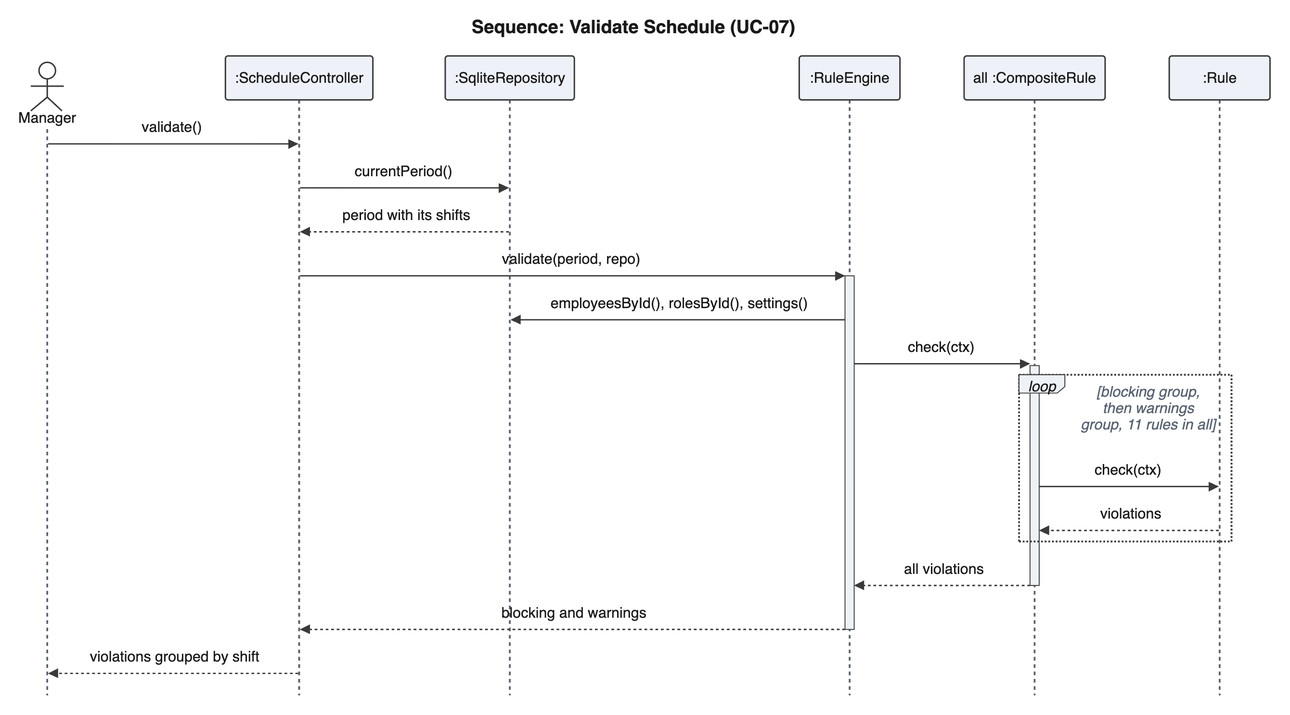
Before: diagrams/images/interactions/sd_validate.png, a diagram exported from Mermaid (perfettiful/ShiftChex). Its source is kept beside it as diagrams/mmd/interactions/sd_validate.mmd.
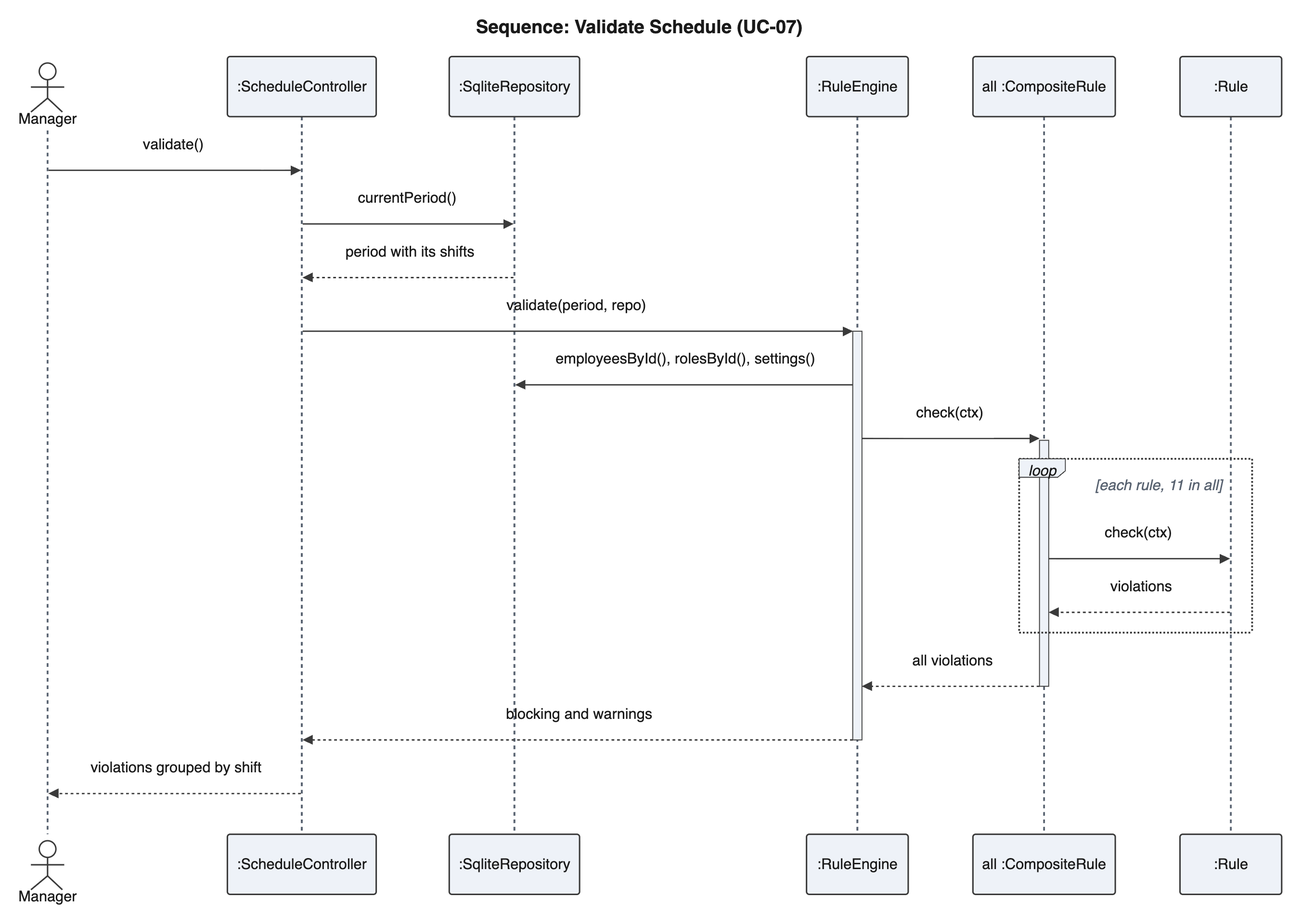
Later version of the same file.

Change to the diagram source:
```diff
@@ -14,7 +14,7 @@
     SC->>+RE: validate(period, repo)
     RE->>Repo: employeesById(), rolesById(), settings()
     RE->>+Root: check(ctx)
-    loop blocking group, then warnings group, 11 rules in all
+    loop each rule, 11 in all
         Root->>R: check(ctx)
         R-->>Root: violations
     end
```
